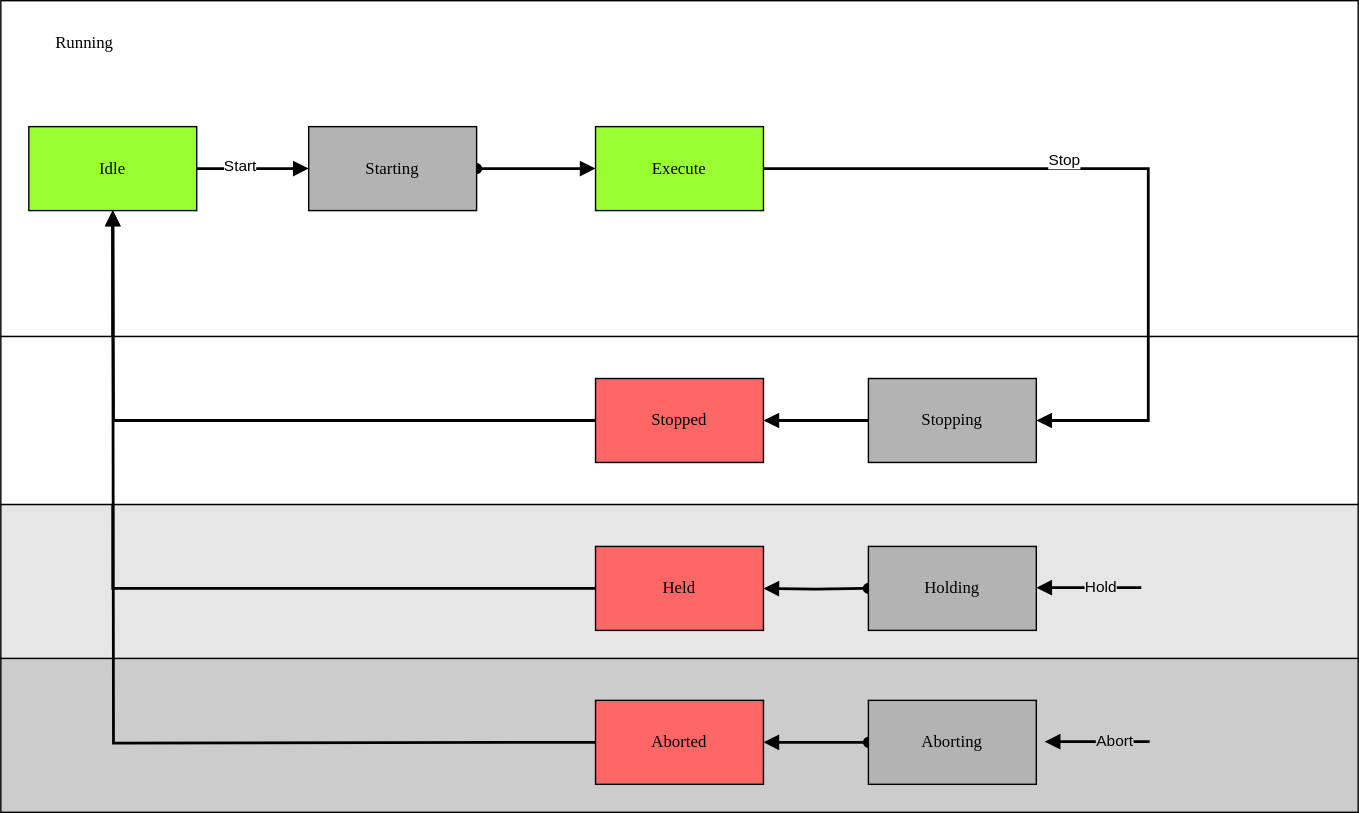
Earlier version of the draw.io export docs/StateMachine.drawio.svg (PeterZerlauth/Tc3_Component). Source tidied: cells renumbered, new cells last; positions are measured from the earlier drawing's top-left corner, leaving out a move shared by most shapes.
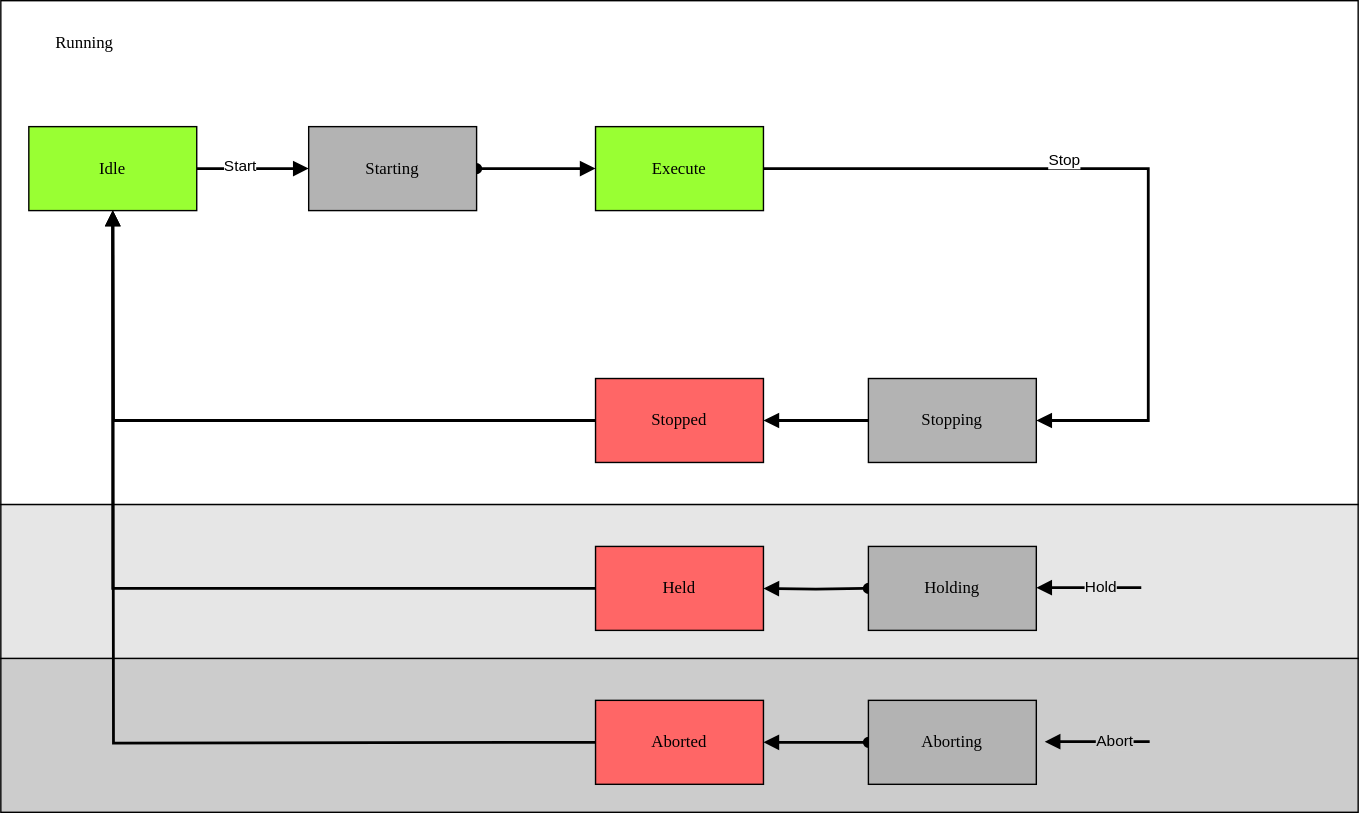
Later version of the same file.

The edit, as a diff of the source:
```diff
@@ -9,7 +9,7 @@
       <mxGeometry y="360" width="970" height="110" as="geometry" />
     </mxCell>
     <mxCell id="4" style="rounded=0;whiteSpace=wrap;html=1;fontFamily=Helvetica;fontSize=11;fontColor=default;labelBackgroundColor=default;fillColor=#FFFFFF;" parent="1" vertex="1">
-      <mxGeometry width="970" height="240" as="geometry" />
+      <mxGeometry width="970" height="360" as="geometry" />
     </mxCell>
     <mxCell id="5" value="Execute" style="rounded=0;whiteSpace=wrap;html=1;arcSize=24;fillColor=#99FF33;strokeColor=#000000;shadow=0;comic=0;labelBackgroundColor=none;fontFamily=Verdana;fontSize=12;fontColor=#000000;align=center;" parent="1" vertex="1">
       <mxGeometry x="425" y="90" width="120" height="60" as="geometry" />
@@ -77,9 +77,6 @@
     <mxCell id="22" value="Running" style="rounded=0;whiteSpace=wrap;html=1;arcSize=24;fillColor=none;strokeColor=none;shadow=0;comic=0;labelBackgroundColor=none;fontFamily=Verdana;fontSize=12;fontColor=#000000;align=center;" parent="1" vertex="1">
       <mxGeometry width="120" height="60" as="geometry" />
     </mxCell>
-    <mxCell id="23" style="rounded=0;whiteSpace=wrap;html=1;fontFamily=Helvetica;fontSize=11;fontColor=default;labelBackgroundColor=default;fillColor=#FFFFFF;" parent="1" vertex="1">
-      <mxGeometry y="240" width="970" height="120" as="geometry" />
-    </mxCell>
     <mxCell id="24" value="Stopped" style="rounded=0;whiteSpace=wrap;html=1;arcSize=24;fillColor=#FF6666;strokeColor=#000000;shadow=0;comic=0;labelBackgroundColor=none;fontFamily=Verdana;fontSize=12;fontColor=#000000;align=center;" parent="1" vertex="1">
       <mxGeometry x="425" y="270" width="120" height="60" as="geometry" />
     </mxCell>
```
